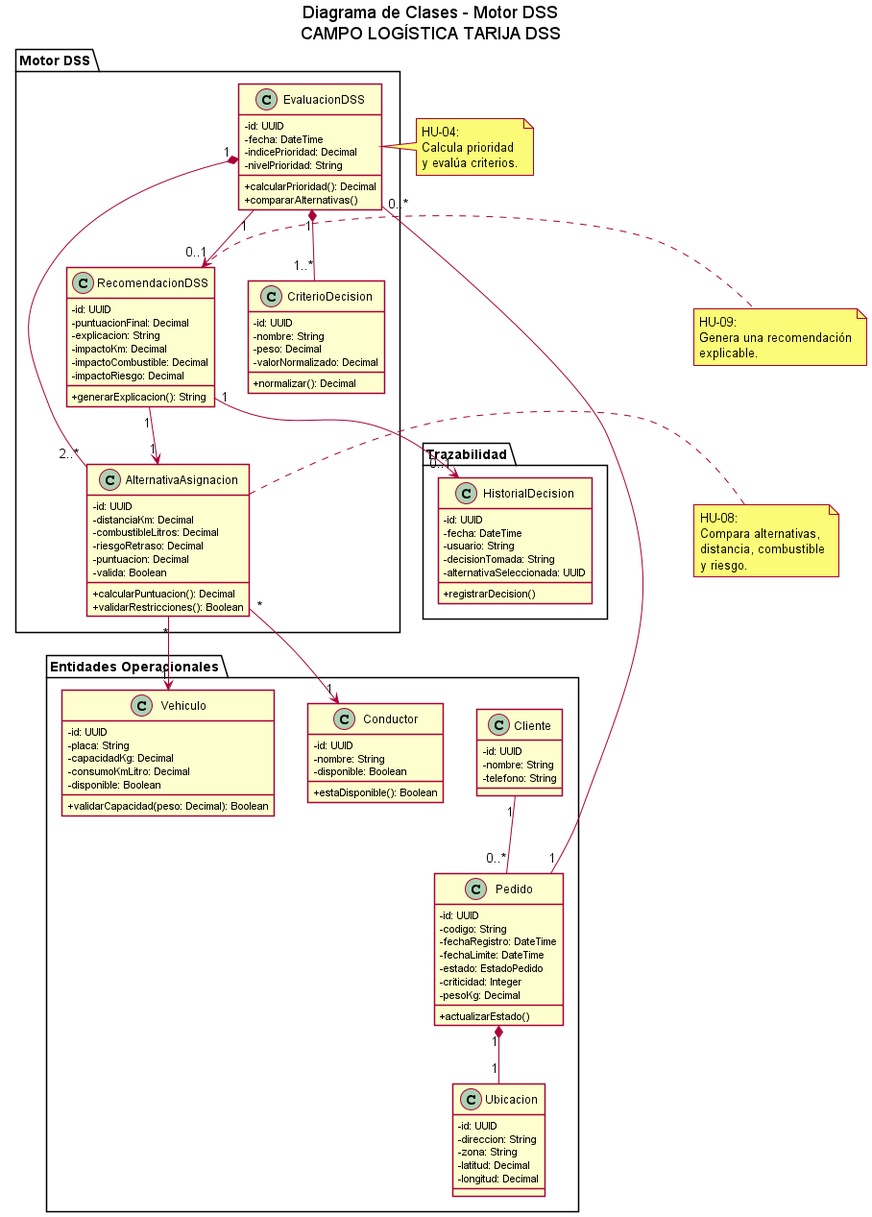
Above: docs/uml/clases_motor_dss.png in Dracko23/CAMPOLOGISTICA-DSS (PlantUML), before the change.
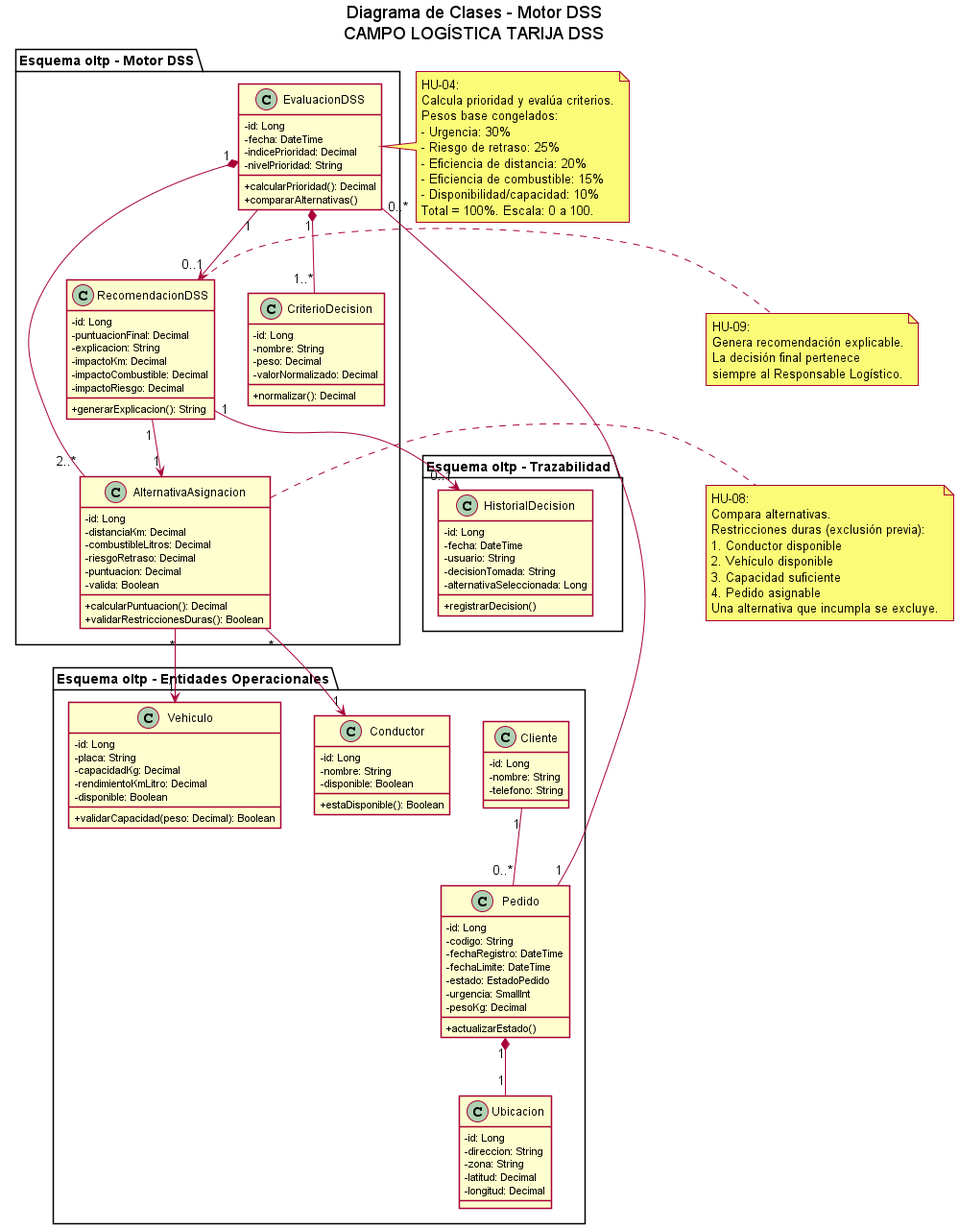
The same file after the commit.

Change to the diagram source:
```diff
@@ -4,27 +4,27 @@
 skinparam shadowing false
 skinparam classAttributeIconSize 0
 
-package "Entidades Operacionales" {
+package "Esquema oltp - Entidades Operacionales" {
 
 class Pedido {
-  -id: UUID
+  -id: Long
   -codigo: String
   -fechaRegistro: DateTime
   -fechaLimite: DateTime
   -estado: EstadoPedido
-  -criticidad: Integer
+  -urgencia: SmallInt
   -pesoKg: Decimal
   +actualizarEstado()
 }
 
 class Cliente {
-  -id: UUID
+  -id: Long
   -nombre: String
   -telefono: String
 }
 
 class Ubicacion {
-  -id: UUID
+  -id: Long
   -direccion: String
   -zona: String
   -latitud: Decimal
@@ -32,27 +32,27 @@
 }
 
 class Conductor {
-  -id: UUID
+  -id: Long
   -nombre: String
   -disponible: Boolean
   +estaDisponible(): Boolean
 }
 
 class Vehiculo {
-  -id: UUID
+  -id: Long
   -placa: String
   -capacidadKg: Decimal
-  -consumoKmLitro: Decimal
+  -rendimientoKmLitro: Decimal
   -disponible: Boolean
   +validarCapacidad(peso: Decimal): Boolean
 }
 
 }
 
-package "Motor DSS" {
+package "Esquema oltp - Motor DSS" {
 
 class CriterioDecision {
-  -id: UUID
+  -id: Long
   -nombre: String
   -peso: Decimal
   -valorNormalizado: Decimal
@@ -60,18 +60,18 @@
 }
 
 class AlternativaAsignacion {
-  -id: UUID
+  -id: Long
   -distanciaKm: Decimal
   -combustibleLitros: Decimal
   -riesgoRetraso: Decimal
   -puntuacion: Decimal
   -valida: Boolean
   +calcularPuntuacion(): Decimal
-  +validarRestricciones(): Boolean
+  +validarRestriccionesDuras(): Boolean
 }
 
 class EvaluacionDSS {
-  -id: UUID
+  -id: Long
   -fecha: DateTime
   -indicePrioridad: Decimal
   -nivelPrioridad: String
@@ -80,7 +80,7 @@
 }
 
 class RecomendacionDSS {
-  -id: UUID
+  -id: Long
   -puntuacionFinal: Decimal
   -explicacion: String
   -impactoKm: Decimal
@@ -91,14 +91,14 @@
 
 }
 
-package "Trazabilidad" {
+package "Esquema oltp - Trazabilidad" {
 
 class HistorialDecision {
-  -id: UUID
+  -id: Long
   -fecha: DateTime
   -usuario: String
   -decisionTomada: String
-  -alternativaSeleccionada: UUID
+  -alternativaSeleccionada: Long
   +registrarDecision()
 }
 
@@ -122,21 +122,32 @@
 
 note right of EvaluacionDSS
 HU-04:
-Calcula prioridad
-y evalúa criterios.
+Calcula prioridad y evalúa criterios.
+Pesos base congelados:
+- Urgencia: 30%
+- Riesgo de retraso: 25%
+- Eficiencia de distancia: 20%
+- Eficiencia de combustible: 15%
+- Disponibilidad/capacidad: 10%
+Total = 100%. Escala: 0 a 100.
 end note
 
 note right of AlternativaAsignacion
 HU-08:
-Compara alternativas,
-distancia, combustible
-y riesgo.
+Compara alternativas.
+Restricciones duras (exclusión previa):
+1. Conductor disponible
+2. Vehículo disponible
+3. Capacidad suficiente
+4. Pedido asignable
+Una alternativa que incumpla se excluye.
 end note
 
 note right of RecomendacionDSS
 HU-09:
-Genera una recomendación
-explicable.
+Genera recomendación explicable.
+La decisión final pertenece
+siempre al Responsable Logístico.
 end note
 
 @enduml
```
